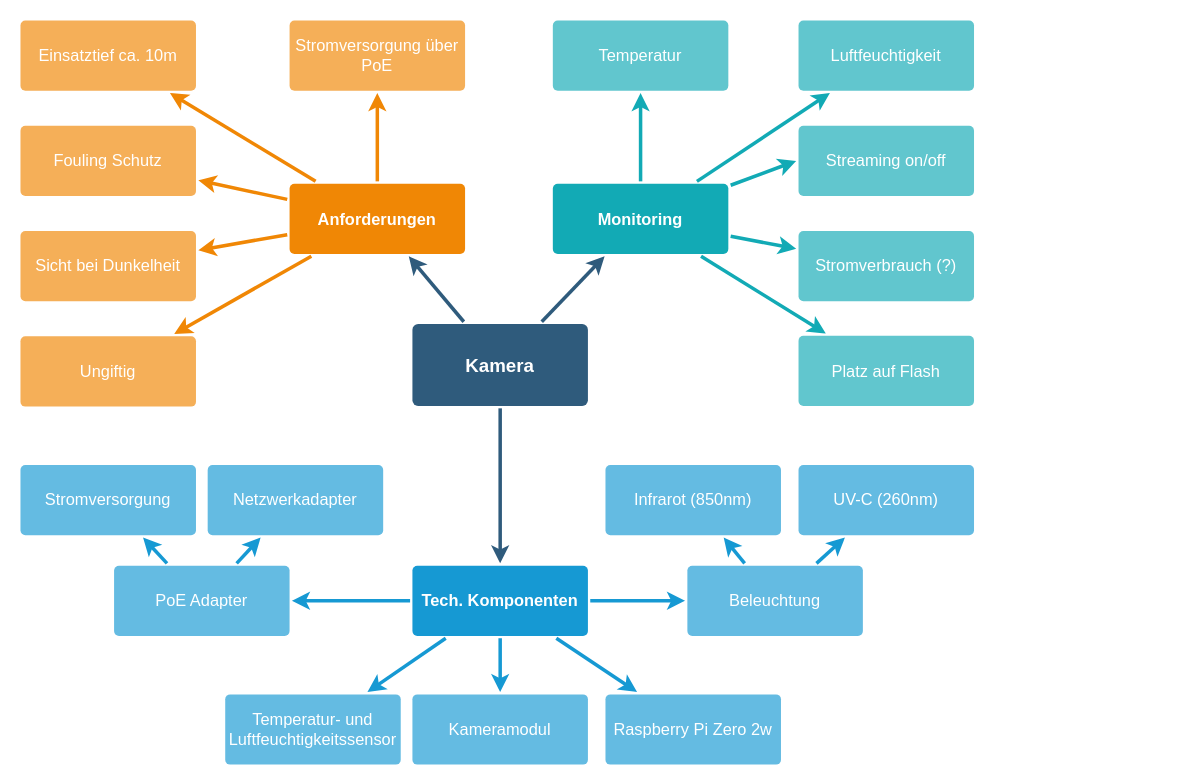
Before: mind-map_unterwasserkamera.drawio in tederer/masterarbeit, a draw.io diagram. Source tidied: cells renumbered, new cells numbered last; positions are measured from the earlier drawing's top-left corner, leaving out a move shared by most shapes. Both pictures are drawn from the tidied source at 117%, with x=0, y=0 at pixel (20, 20).
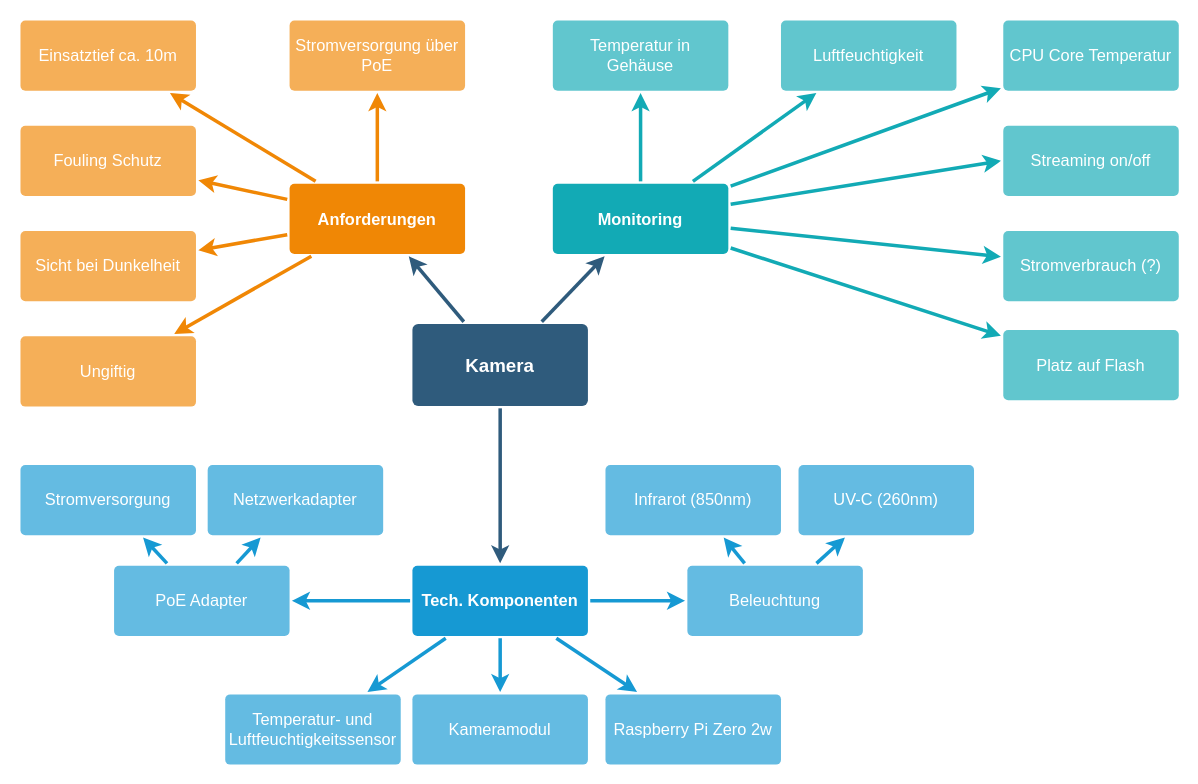
The same page after the edit.

The change refers to these unchanged cells:
```xml
<mxCell id="20" value="Monitoring" style="rounded=1;whiteSpace=wrap;html=1;shadow=0;labelBackgroundColor=none;strokeColor=none;strokeWidth=3;fillColor=#12aab5;fontFamily=Helvetica;fontSize=14;fontColor=#FFFFFF;align=center;spacing=5;fontStyle=1;arcSize=7;perimeterSpacing=2;" parent="1" vertex="1">
  <mxGeometry x="455" y="139.5" width="150" height="60" as="geometry" />
</mxCell>
```

The edit, as a diff of the source:
```diff
@@
     <mxCell id="21" value="Stromverbrauch (?)" style="rounded=1;whiteSpace=wrap;html=1;shadow=0;labelBackgroundColor=none;strokeColor=none;strokeWidth=3;fillColor=#61c6ce;fontFamily=Helvetica;fontSize=14;fontColor=#FFFFFF;align=center;spacing=5;fontStyle=0;arcSize=7;perimeterSpacing=2;" parent="1" vertex="1">
-      <mxGeometry x="665" y="180" width="150" height="60" as="geometry" />
+      <mxGeometry x="840" y="180" width="150" height="60" as="geometry" />
     </mxCell>
@@
     <mxCell id="23" value="Streaming on/off" style="rounded=1;whiteSpace=wrap;html=1;shadow=0;labelBackgroundColor=none;strokeColor=none;strokeWidth=3;fillColor=#61c6ce;fontFamily=Helvetica;fontSize=14;fontColor=#FFFFFF;align=center;spacing=5;fontStyle=0;arcSize=7;perimeterSpacing=2;" parent="1" vertex="1">
-      <mxGeometry x="665" y="90" width="150" height="60" as="geometry" />
+      <mxGeometry x="840" y="90" width="150" height="60" as="geometry" />
     </mxCell>
@@
     <mxCell id="25" value="Luftfeuchtigkeit" style="rounded=1;whiteSpace=wrap;html=1;shadow=0;labelBackgroundColor=none;strokeColor=none;strokeWidth=3;fillColor=#61c6ce;fontFamily=Helvetica;fontSize=14;fontColor=#FFFFFF;align=center;spacing=5;fontStyle=0;arcSize=7;perimeterSpacing=2;" parent="1" vertex="1">
-      <mxGeometry x="665" width="150" height="60" as="geometry" />
+      <mxGeometry x="650" width="150" height="60" as="geometry" />
     </mxCell>
@@
-    <mxCell id="27" value="Temperatur" style="rounded=1;whiteSpace=wrap;html=1;shadow=0;labelBackgroundColor=none;strokeColor=none;strokeWidth=3;fillColor=#61c6ce;fontFamily=Helvetica;fontSize=14;fontColor=#FFFFFF;align=center;spacing=5;fontStyle=0;arcSize=7;perimeterSpacing=2;" parent="1" vertex="1">
+    <mxCell id="27" value="Temperatur in Gehäuse" style="rounded=1;whiteSpace=wrap;html=1;shadow=0;labelBackgroundColor=none;strokeColor=none;strokeWidth=3;fillColor=#61c6ce;fontFamily=Helvetica;fontSize=14;fontColor=#FFFFFF;align=center;spacing=5;fontStyle=0;arcSize=7;perimeterSpacing=2;" parent="1" vertex="1">
       <mxGeometry x="455" width="150" height="60" as="geometry" />
     </mxCell>
@@
     <mxCell id="41" value="Platz auf Flash" style="rounded=1;whiteSpace=wrap;html=1;shadow=0;labelBackgroundColor=none;strokeColor=none;strokeWidth=3;fillColor=#61c6ce;fontFamily=Helvetica;fontSize=14;fontColor=#FFFFFF;align=center;spacing=5;fontStyle=0;arcSize=7;perimeterSpacing=2;" parent="1" vertex="1">
-      <mxGeometry x="665" y="269.5" width="150" height="60" as="geometry" />
+      <mxGeometry x="840" y="264.5" width="150" height="60" as="geometry" />
     </mxCell>
@@
+    <mxCell id="47" value="CPU Core Temperatur" style="rounded=1;whiteSpace=wrap;html=1;shadow=0;labelBackgroundColor=none;strokeColor=none;strokeWidth=3;fillColor=#61c6ce;fontFamily=Helvetica;fontSize=14;fontColor=#FFFFFF;align=center;spacing=5;fontStyle=0;arcSize=7;perimeterSpacing=2;" parent="1" vertex="1">
+      <mxGeometry x="840" width="150" height="60" as="geometry" />
+    </mxCell>
+    <mxCell id="48" style="edgeStyle=none;rounded=1;jumpStyle=none;html=1;shadow=0;labelBackgroundColor=none;startArrow=none;startFill=0;jettySize=auto;strokeColor=#12AAB5;strokeWidth=3;fontFamily=Helvetica;fontSize=14;fontColor=#FFFFFF;spacing=5;fontStyle=1;fillColor=#b0e3e6;" parent="1" edge="1" source="20" target="47">
+      <mxGeometry relative="1" as="geometry" />
+    </mxCell>
```
